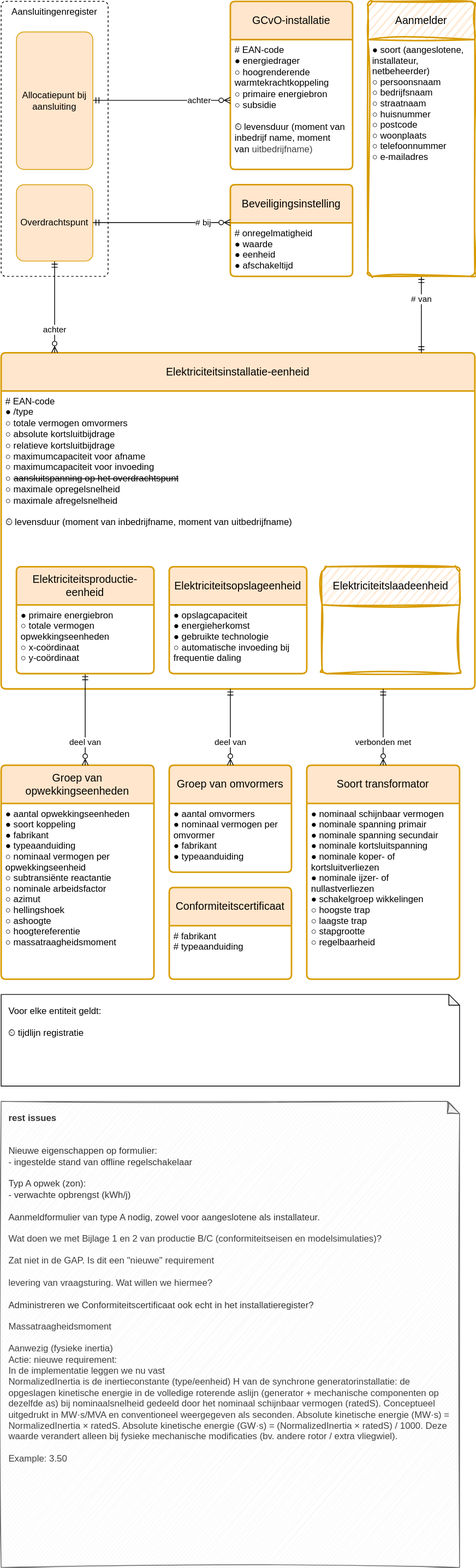
Above: registers/installatieregister/1.0/installatieregister.drawio.svg in Netbeheer-Nederland/stelsel (draw.io), before the change. Source tidied: cells renumbered, new cells last; positions are measured from the earlier drawing's top-left corner, leaving out a move shared by most shapes.
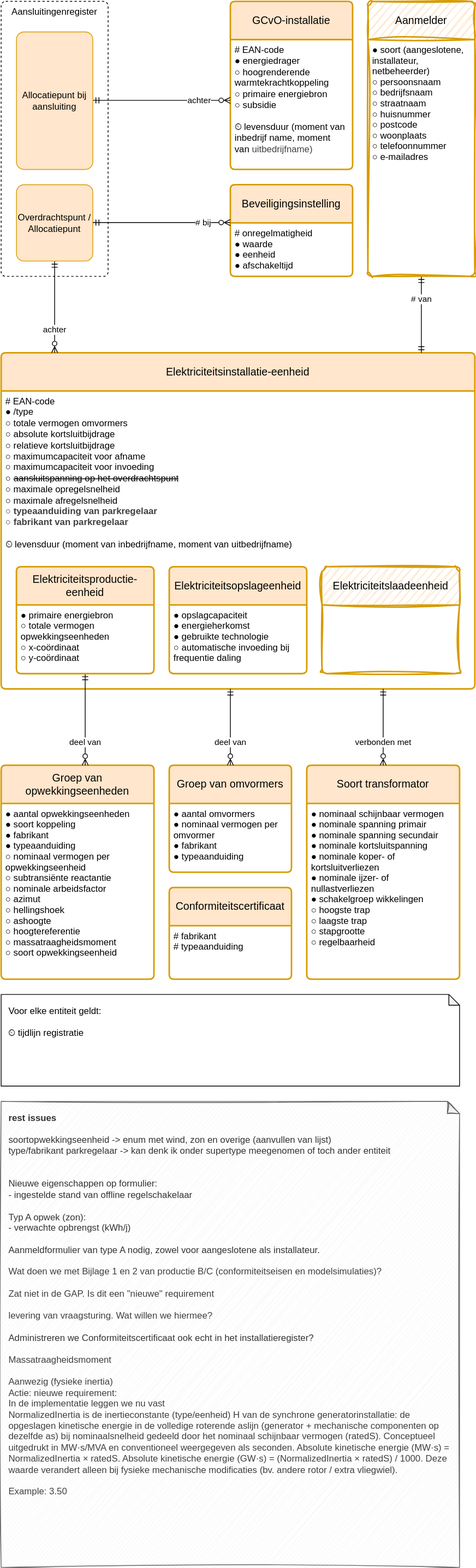
After the change.

Commit message:
opmerkingen en mogelijke nieuwe atributen toegevoegd

Diff of the diagram source:
```diff
@@ -17,13 +17,13 @@
     <mxCell id="6" value="Elektriciteitsinstallatie-eenheid" style="swimlane;horizontal=1;startSize=50;rounded=1;fontSize=14;fontStyle=0;strokeWidth=2;shadow=0;dashed=0;align=center;fillColor=#ffe6cc;strokeColor=#d79b00;arcSize=4;whiteSpace=wrap;html=1;spacing=10;" parent="1" vertex="1">
       <mxGeometry y="460" width="620" height="440" as="geometry" />
     </mxCell>
-    <mxCell id="7" value="&lt;font style=&quot;background-color: light-dark(#ffffff, var(--ge-dark-color, #121212));&quot;&gt;# EAN-code&lt;br&gt;● /type&lt;br&gt;○&amp;nbsp;totale vermogen omvormers&lt;br&gt;○ absolute kortsluitbijdrage&lt;br&gt;○ relatieve kortsluitbijdrage&lt;br&gt;○&amp;nbsp;maximumcapaciteit voor&amp;nbsp;afname&lt;br&gt;○&amp;nbsp;maximumcapaciteit voor&amp;nbsp;invoeding&lt;br&gt;○&amp;nbsp;&lt;strike style=&quot;&quot;&gt;aansluitspanning op het overdrachtspunt&lt;/strike&gt;&lt;/font&gt;&lt;div&gt;&lt;font&gt;&lt;span style=&quot;background-color: light-dark(#ffffff, var(--ge-dark-color, #121212));&quot;&gt;○ maximale opregelsnelheid&lt;/span&gt;&lt;/font&gt;&lt;/div&gt;&lt;div&gt;&lt;font&gt;&lt;span style=&quot;background-color: light-dark(#ffffff, var(--ge-dark-color, #121212));&quot;&gt;○ maximale afregelsnelheid&lt;/span&gt;&lt;/font&gt;&lt;/div&gt;&lt;div&gt;&lt;font style=&quot;background-color: light-dark(#ffffff, var(--ge-dark-color, #121212));&quot;&gt;&lt;br&gt;&lt;/font&gt;&lt;div&gt;&lt;font style=&quot;background-color: light-dark(#ffffff, var(--ge-dark-color, #121212));&quot;&gt;⏲&amp;nbsp;levensduur (moment van inbedrijfname, moment van uitbedrijfname)&lt;/font&gt;&lt;/div&gt;&lt;/div&gt;" style="align=left;strokeColor=none;fillColor=none;spacingLeft=4;fontSize=12;verticalAlign=top;fontColor=default;html=1;" parent="6" vertex="1">
+    <mxCell id="7" value="&lt;font style=&quot;background-color: light-dark(#ffffff, var(--ge-dark-color, #121212));&quot;&gt;# EAN-code&lt;br&gt;● /type&lt;br&gt;○&amp;nbsp;totale vermogen omvormers&lt;br&gt;○ absolute kortsluitbijdrage&lt;br&gt;○ relatieve kortsluitbijdrage&lt;br&gt;○&amp;nbsp;maximumcapaciteit voor&amp;nbsp;afname&lt;br&gt;○&amp;nbsp;maximumcapaciteit voor&amp;nbsp;invoeding&lt;br&gt;○&amp;nbsp;&lt;strike style=&quot;&quot;&gt;aansluitspanning op het overdrachtspunt&lt;/strike&gt;&lt;/font&gt;&lt;div&gt;&lt;font&gt;&lt;span style=&quot;background-color: light-dark(#ffffff, var(--ge-dark-color, #121212));&quot;&gt;○ maximale opregelsnelheid&lt;/span&gt;&lt;/font&gt;&lt;/div&gt;&lt;div&gt;&lt;font&gt;&lt;span style=&quot;background-color: light-dark(#ffffff, var(--ge-dark-color, #121212));&quot;&gt;○ maximale afregelsnelheid&lt;/span&gt;&lt;/font&gt;&lt;/div&gt;&lt;div&gt;&lt;font&gt;&lt;span style=&quot;color: rgb(63, 63, 63);&quot;&gt;○ &lt;b&gt;typeaanduiding van parkregelaar&lt;/b&gt;&lt;/span&gt;&lt;span style=&quot;background-color: light-dark(#ffffff, var(--ge-dark-color, #121212));&quot;&gt;&lt;/span&gt;&lt;/font&gt;&lt;/div&gt;&lt;div&gt;&lt;font&gt;&lt;span style=&quot;color: rgb(63, 63, 63);&quot;&gt;○ &lt;b&gt;fabrikant van parkregelaar&lt;/b&gt;&lt;/span&gt;&lt;span style=&quot;color: rgb(63, 63, 63);&quot;&gt;&lt;/span&gt;&lt;/font&gt;&lt;/div&gt;&lt;div&gt;&lt;font style=&quot;background-color: light-dark(#ffffff, var(--ge-dark-color, #121212));&quot;&gt;&lt;br&gt;&lt;/font&gt;&lt;div&gt;&lt;font style=&quot;background-color: light-dark(#ffffff, var(--ge-dark-color, #121212));&quot;&gt;⏲&amp;nbsp;levensduur (moment van inbedrijfname, moment van uitbedrijfname)&lt;/font&gt;&lt;/div&gt;&lt;/div&gt;" style="align=left;strokeColor=none;fillColor=none;spacingLeft=4;fontSize=12;verticalAlign=top;fontColor=default;html=1;" parent="6" vertex="1">
       <mxGeometry y="50" width="620" height="390" as="geometry" />
     </mxCell>
     <mxCell id="8" value="Groep van opwekkingseenheden" style="swimlane;horizontal=1;startSize=50;rounded=1;fontSize=14;fontStyle=0;strokeWidth=2;shadow=0;dashed=0;align=center;fillColor=#ffe6cc;strokeColor=#d79b00;arcSize=4;whiteSpace=wrap;html=1;spacing=10;" parent="1" vertex="1">
       <mxGeometry y="1000" width="200" height="280" as="geometry" />
     </mxCell>
-    <mxCell id="9" value="● aantal opwekkingseenheden&#10;● soort koppeling&#10;● fabrikant&#10;● typeaanduiding&#10;○ nominaal vermogen per&#10;   opwekkingseenheid&#10;○ subtransiënte reactantie&#10;○ nominale arbeidsfactor&#10;○ azimut&#10;○ hellingshoek&#10;○ ashoogte&#10;○ hoogtereferentie&#10;○ massatraagheidsmoment" style="align=left;strokeColor=none;fillColor=none;spacingLeft=4;fontSize=12;verticalAlign=top;" parent="8" vertex="1">
+    <mxCell id="9" value="● aantal opwekkingseenheden&#10;● soort koppeling&#10;● fabrikant&#10;● typeaanduiding&#10;○ nominaal vermogen per&#10;   opwekkingseenheid&#10;○ subtransiënte reactantie&#10;○ nominale arbeidsfactor&#10;○ azimut&#10;○ hellingshoek&#10;○ ashoogte&#10;○ hoogtereferentie&#10;○ massatraagheidsmoment&#10;○ soort opwekkingseenheid " style="align=left;strokeColor=none;fillColor=none;spacingLeft=4;fontSize=12;verticalAlign=top;" parent="8" vertex="1">
       <mxGeometry y="50" width="200" height="230" as="geometry" />
     </mxCell>
     <mxCell id="10" value="Soort transformator" style="swimlane;horizontal=1;startSize=50;rounded=1;fontSize=14;fontStyle=0;strokeWidth=2;shadow=0;dashed=0;align=center;fillColor=#ffe6cc;strokeColor=#d79b00;arcSize=4;whiteSpace=wrap;html=1;spacing=10;" parent="1" vertex="1">
@@ -50,7 +50,7 @@
     <mxCell id="17" value="achter" style="endArrow=ERmandOne;html=1;rounded=0;endFill=0;startArrow=ERzeroToMany;startFill=0;align=center;edgeStyle=elbowEdgeStyle;" parent="1" edge="1" source="6" target="18">
       <mxGeometry x="-0.5" relative="1" as="geometry" />
     </mxCell>
-    <mxCell id="18" value="Overdrachtspunt" style="rounded=1;arcSize=10;whiteSpace=wrap;html=1;align=center;fillColor=#ffe6cc;strokeColor=#d79b00;" parent="1" vertex="1">
+    <mxCell id="18" value="Overdrachtspunt / Allocatiepunt" style="rounded=1;arcSize=10;whiteSpace=wrap;html=1;align=center;fillColor=#ffe6cc;strokeColor=#d79b00;" parent="1" vertex="1">
       <mxGeometry x="20" y="240" width="100" height="100" as="geometry" />
     </mxCell>
     <mxCell id="19" value="Conformiteitscertificaat" style="swimlane;horizontal=1;startSize=50;rounded=1;fontSize=14;fontStyle=0;strokeWidth=2;shadow=0;dashed=0;align=center;fillColor=#ffe6cc;strokeColor=#d79b00;arcSize=4;whiteSpace=wrap;html=1;spacing=10;" parent="1" vertex="1">
@@ -101,7 +101,7 @@
     <mxCell id="34" value="● soort (aangeslotene,&#10;   installateur,&#10;   netbeheerder)&#10;○ persoonsnaam &#10;○ bedrijfsnaam &#10;○ straatnaam&#10;○ huisnummer&#10;○ postcode&#10;○ woonplaats&#10;○ telefoonnummer&#10;○ e-mailadres" style="align=left;strokeColor=none;fillColor=none;spacingLeft=4;fontSize=12;verticalAlign=top;" parent="33" vertex="1">
       <mxGeometry y="50" width="140" height="310" as="geometry" />
     </mxCell>
-    <mxCell id="35" value="&lt;div&gt;&lt;b&gt;rest issues&lt;/b&gt;&lt;/div&gt;&lt;div&gt;&lt;br&gt;&lt;/div&gt;&lt;div&gt;&lt;br&gt;&lt;/div&gt;&lt;div&gt;Nieuwe eigenschappen op formulier:&lt;/div&gt;&lt;div&gt;- ingestelde stand van offline regelschakelaar&lt;/div&gt;&lt;div&gt;&lt;br&gt;&lt;/div&gt;&lt;div&gt;Typ A opwek (zon):&lt;/div&gt;&lt;div&gt;- verwachte opbrengst (kWh/j)&lt;/div&gt;&lt;div&gt;&lt;br&gt;&lt;/div&gt;&lt;div&gt;&lt;span style=&quot;color: rgb(51, 51, 51);&quot;&gt;Aanmeldformulier van type A nodig, zowel voor aangeslotene als installateur.&lt;/span&gt;&lt;/div&gt;&lt;div&gt;&lt;br&gt;&lt;/div&gt;&lt;div&gt;&lt;span style=&quot;color: rgb(63, 63, 63); background-color: transparent;&quot;&gt;Wat doen we met Bijlage 1 en 2 van productie B/C (conformiteitseisen en modelsimulaties)?&lt;/span&gt;&lt;/div&gt;&lt;div&gt;&lt;span style=&quot;color: rgb(63, 63, 63); background-color: transparent;&quot;&gt;&lt;br&gt;&lt;/span&gt;&lt;/div&gt;&lt;div&gt;&lt;span style=&quot;color: rgb(63, 63, 63); background-color: transparent;&quot;&gt;Zat niet in de GAP. Is dit een &quot;nieuwe&quot; requirement&lt;/span&gt;&lt;/div&gt;&lt;div&gt;&lt;span style=&quot;color: rgb(63, 63, 63); background-color: transparent;&quot;&gt;&lt;br&gt;&lt;/span&gt;&lt;/div&gt;&lt;div&gt;&lt;span style=&quot;color: rgb(63, 63, 63); background-color: transparent;&quot;&gt;levering van vraagsturing. Wat willen we hiermee?&lt;/span&gt;&lt;/div&gt;&lt;div&gt;&lt;span style=&quot;color: rgb(63, 63, 63); background-color: transparent;&quot;&gt;&lt;br&gt;&lt;/span&gt;&lt;/div&gt;&lt;div&gt;&lt;span style=&quot;color: rgb(63, 63, 63); background-color: transparent;&quot;&gt;&lt;span style=&quot;color: rgb(51, 51, 51);&quot;&gt;Administreren we Conformiteitscertificaat ook echt in het installatieregister?&lt;/span&gt;&lt;/span&gt;&lt;/div&gt;&lt;div&gt;&lt;span style=&quot;color: rgb(63, 63, 63); background-color: transparent;&quot;&gt;&lt;span style=&quot;color: rgb(51, 51, 51);&quot;&gt;&lt;br&gt;&lt;/span&gt;&lt;/span&gt;&lt;/div&gt;&lt;div&gt;&lt;span style=&quot;color: rgb(63, 63, 63); background-color: transparent;&quot;&gt;&lt;span style=&quot;color: rgb(51, 51, 51);&quot;&gt;&lt;div style=&quot;color: rgb(63, 63, 63); scrollbar-color: rgb(226, 226, 226) rgb(251, 251, 251);&quot;&gt;&lt;font style=&quot;scrollbar-color: rgb(226, 226, 226) rgb(251, 251, 251);&quot;&gt;Massatraagheidsmoment&lt;/font&gt;&lt;/div&gt;&lt;div style=&quot;color: rgb(63, 63, 63); scrollbar-color: rgb(226, 226, 226) rgb(251, 251, 251);&quot;&gt;&lt;font style=&quot;scrollbar-color: rgb(226, 226, 226) rgb(251, 251, 251);&quot;&gt;&lt;br style=&quot;color: rgb(63, 63, 63); scrollbar-color: rgb(226, 226, 226) rgb(251, 251, 251);&quot;&gt;&lt;/font&gt;&lt;/div&gt;&lt;div style=&quot;color: rgb(63, 63, 63); scrollbar-color: rgb(226, 226, 226) rgb(251, 251, 251);&quot;&gt;&lt;font style=&quot;scrollbar-color: rgb(226, 226, 226) rgb(251, 251, 251);&quot;&gt;Aanwezig (fysieke inertia)&lt;/font&gt;&lt;/div&gt;&lt;div style=&quot;color: rgb(63, 63, 63); scrollbar-color: rgb(226, 226, 226) rgb(251, 251, 251);&quot;&gt;&lt;font style=&quot;scrollbar-color: rgb(226, 226, 226) rgb(251, 251, 251);&quot;&gt;Actie: nieuwe requirement:&lt;/font&gt;&lt;/div&gt;&lt;div style=&quot;color: rgb(63, 63, 63); scrollbar-color: rgb(226, 226, 226) rgb(251, 251, 251);&quot;&gt;&lt;font style=&quot;scrollbar-color: rgb(226, 226, 226) rgb(251, 251, 251);&quot;&gt;In de implementatie leggen we nu vast&lt;/font&gt;&lt;/div&gt;&lt;div style=&quot;color: rgb(63, 63, 63); scrollbar-color: rgb(226, 226, 226) rgb(251, 251, 251);&quot;&gt;&lt;font style=&quot;scrollbar-color: rgb(226, 226, 226) rgb(251, 251, 251);&quot;&gt;NormalizedInertia is de inertieconstante (type/eenheid) H van de synchrone generatorinstallatie: de opgeslagen kinetische energie in de volledige roterende aslijn (generator + mechanische componenten op dezelfde as) bij nominaalsnelheid gedeeld door het nominaal schijnbaar vermogen (ratedS). Conceptueel uitgedrukt in MW·s/MVA en conventioneel weergegeven als seconden. Absolute kinetische energie (MW·s) = NormalizedInertia × ratedS. Absolute kinetische energie (GW·s) = (NormalizedInertia × ratedS) / 1000. Deze waarde verandert alleen bij fysieke mechanische modificaties (bv. andere rotor / extra vliegwiel).&lt;/font&gt;&lt;/div&gt;&lt;div style=&quot;color: rgb(63, 63, 63); scrollbar-color: rgb(226, 226, 226) rgb(251, 251, 251);&quot;&gt;&lt;font style=&quot;scrollbar-color: rgb(226, 226, 226) rgb(251, 251, 251);&quot;&gt;&lt;br style=&quot;color: rgb(63, 63, 63); scrollbar-color: rgb(226, 226, 226) rgb(251, 251, 251);&quot;&gt;&lt;/font&gt;&lt;/div&gt;&lt;div style=&quot;color: rgb(63, 63, 63); scrollbar-color: rgb(226, 226, 226) rgb(251, 251, 251);&quot;&gt;&lt;font style=&quot;scrollbar-color: rgb(226, 226, 226) rgb(251, 251, 251);&quot;&gt;Example: 3.50&lt;/font&gt;&lt;/div&gt;&lt;/span&gt;&lt;/span&gt;&lt;/div&gt;" style="shape=note;whiteSpace=wrap;html=1;backgroundOutline=1;darkOpacity=0.05;sketch=1;curveFitting=1;jiggle=2;fillColor=#f5f5f5;fontColor=#333333;strokeColor=#666666;spacing=10;verticalAlign=top;align=left;size=16;" parent="1" vertex="1">
+    <mxCell id="35" value="&lt;div&gt;&lt;b&gt;rest issues&lt;/b&gt;&lt;/div&gt;&lt;div&gt;&lt;br&gt;&lt;/div&gt;&lt;div&gt;soortopwekkingseenheid -&amp;gt; enum met wind, zon en overige (aanvullen van lijst)&lt;/div&gt;&lt;div&gt;type/fabrikant parkregelaar -&amp;gt; kan denk ik onder supertype meegenomen of toch ander entiteit&lt;/div&gt;&lt;div&gt;&lt;br&gt;&lt;/div&gt;&lt;div&gt;&lt;br&gt;&lt;/div&gt;&lt;div&gt;Nieuwe eigenschappen op formulier:&lt;/div&gt;&lt;div&gt;- ingestelde stand van offline regelschakelaar&lt;/div&gt;&lt;div&gt;&lt;br&gt;&lt;/div&gt;&lt;div&gt;Typ A opwek (zon):&lt;/div&gt;&lt;div&gt;- verwachte opbrengst (kWh/j)&lt;/div&gt;&lt;div&gt;&lt;br&gt;&lt;/div&gt;&lt;div&gt;&lt;span style=&quot;color: rgb(51, 51, 51);&quot;&gt;Aanmeldformulier van type A nodig, zowel voor aangeslotene als installateur.&lt;/span&gt;&lt;/div&gt;&lt;div&gt;&lt;br&gt;&lt;/div&gt;&lt;div&gt;&lt;span style=&quot;color: rgb(63, 63, 63); background-color: transparent;&quot;&gt;Wat doen we met Bijlage 1 en 2 van productie B/C (conformiteitseisen en modelsimulaties)?&lt;/span&gt;&lt;/div&gt;&lt;div&gt;&lt;span style=&quot;color: rgb(63, 63, 63); background-color: transparent;&quot;&gt;&lt;br&gt;&lt;/span&gt;&lt;/div&gt;&lt;div&gt;&lt;span style=&quot;color: rgb(63, 63, 63); background-color: transparent;&quot;&gt;Zat niet in de GAP. Is dit een &quot;nieuwe&quot; requirement&lt;/span&gt;&lt;/div&gt;&lt;div&gt;&lt;span style=&quot;color: rgb(63, 63, 63); background-color: transparent;&quot;&gt;&lt;br&gt;&lt;/span&gt;&lt;/div&gt;&lt;div&gt;&lt;span style=&quot;color: rgb(63, 63, 63); background-color: transparent;&quot;&gt;levering van vraagsturing. Wat willen we hiermee?&lt;/span&gt;&lt;/div&gt;&lt;div&gt;&lt;span style=&quot;color: rgb(63, 63, 63); background-color: transparent;&quot;&gt;&lt;br&gt;&lt;/span&gt;&lt;/div&gt;&lt;div&gt;&lt;span style=&quot;color: rgb(63, 63, 63); background-color: transparent;&quot;&gt;&lt;span style=&quot;color: rgb(51, 51, 51);&quot;&gt;Administreren we Conformiteitscertificaat ook echt in het installatieregister?&lt;/span&gt;&lt;/span&gt;&lt;/div&gt;&lt;div&gt;&lt;span style=&quot;color: rgb(63, 63, 63); background-color: transparent;&quot;&gt;&lt;span style=&quot;color: rgb(51, 51, 51);&quot;&gt;&lt;br&gt;&lt;/span&gt;&lt;/span&gt;&lt;/div&gt;&lt;div&gt;&lt;span style=&quot;color: rgb(63, 63, 63); background-color: transparent;&quot;&gt;&lt;span style=&quot;color: rgb(51, 51, 51);&quot;&gt;&lt;div style=&quot;color: rgb(63, 63, 63); scrollbar-color: rgb(226, 226, 226) rgb(251, 251, 251);&quot;&gt;&lt;font style=&quot;scrollbar-color: rgb(226, 226, 226) rgb(251, 251, 251);&quot;&gt;Massatraagheidsmoment&lt;/font&gt;&lt;/div&gt;&lt;div style=&quot;color: rgb(63, 63, 63); scrollbar-color: rgb(226, 226, 226) rgb(251, 251, 251);&quot;&gt;&lt;font style=&quot;scrollbar-color: rgb(226, 226, 226) rgb(251, 251, 251);&quot;&gt;&lt;br style=&quot;color: rgb(63, 63, 63); scrollbar-color: rgb(226, 226, 226) rgb(251, 251, 251);&quot;&gt;&lt;/font&gt;&lt;/div&gt;&lt;div style=&quot;color: rgb(63, 63, 63); scrollbar-color: rgb(226, 226, 226) rgb(251, 251, 251);&quot;&gt;&lt;font style=&quot;scrollbar-color: rgb(226, 226, 226) rgb(251, 251, 251);&quot;&gt;Aanwezig (fysieke inertia)&lt;/font&gt;&lt;/div&gt;&lt;div style=&quot;color: rgb(63, 63, 63); scrollbar-color: rgb(226, 226, 226) rgb(251, 251, 251);&quot;&gt;&lt;font style=&quot;scrollbar-color: rgb(226, 226, 226) rgb(251, 251, 251);&quot;&gt;Actie: nieuwe requirement:&lt;/font&gt;&lt;/div&gt;&lt;div style=&quot;color: rgb(63, 63, 63); scrollbar-color: rgb(226, 226, 226) rgb(251, 251, 251);&quot;&gt;&lt;font style=&quot;scrollbar-color: rgb(226, 226, 226) rgb(251, 251, 251);&quot;&gt;In de implementatie leggen we nu vast&lt;/font&gt;&lt;/div&gt;&lt;div style=&quot;color: rgb(63, 63, 63); scrollbar-color: rgb(226, 226, 226) rgb(251, 251, 251);&quot;&gt;&lt;font style=&quot;scrollbar-color: rgb(226, 226, 226) rgb(251, 251, 251);&quot;&gt;NormalizedInertia is de inertieconstante (type/eenheid) H van de synchrone generatorinstallatie: de opgeslagen kinetische energie in de volledige roterende aslijn (generator + mechanische componenten op dezelfde as) bij nominaalsnelheid gedeeld door het nominaal schijnbaar vermogen (ratedS). Conceptueel uitgedrukt in MW·s/MVA en conventioneel weergegeven als seconden. Absolute kinetische energie (MW·s) = NormalizedInertia × ratedS. Absolute kinetische energie (GW·s) = (NormalizedInertia × ratedS) / 1000. Deze waarde verandert alleen bij fysieke mechanische modificaties (bv. andere rotor / extra vliegwiel).&lt;/font&gt;&lt;/div&gt;&lt;div style=&quot;color: rgb(63, 63, 63); scrollbar-color: rgb(226, 226, 226) rgb(251, 251, 251);&quot;&gt;&lt;font style=&quot;scrollbar-color: rgb(226, 226, 226) rgb(251, 251, 251);&quot;&gt;&lt;br style=&quot;color: rgb(63, 63, 63); scrollbar-color: rgb(226, 226, 226) rgb(251, 251, 251);&quot;&gt;&lt;/font&gt;&lt;/div&gt;&lt;div style=&quot;color: rgb(63, 63, 63); scrollbar-color: rgb(226, 226, 226) rgb(251, 251, 251);&quot;&gt;&lt;font style=&quot;scrollbar-color: rgb(226, 226, 226) rgb(251, 251, 251);&quot;&gt;Example: 3.50&lt;/font&gt;&lt;/div&gt;&lt;/span&gt;&lt;/span&gt;&lt;/div&gt;" style="shape=note;whiteSpace=wrap;html=1;backgroundOutline=1;darkOpacity=0.05;sketch=1;curveFitting=1;jiggle=2;fillColor=#f5f5f5;fontColor=#333333;strokeColor=#666666;spacing=10;verticalAlign=top;align=left;size=16;" parent="1" vertex="1">
       <mxGeometry y="1440" width="600" height="610" as="geometry" />
     </mxCell>
   </root>
```
